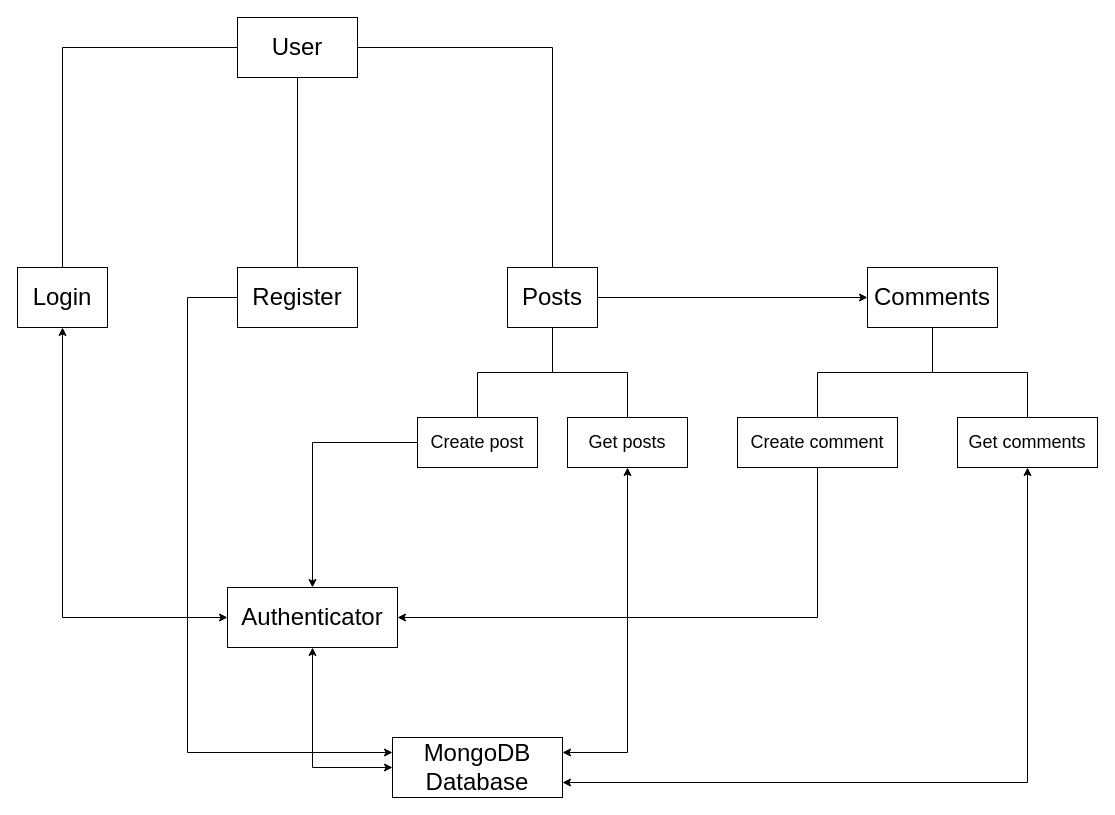
MiroRahkonen/Distributed-systems-project keeps this draw.io diagram as Documentation/Architecture Diagram.drawio. Above is the earlier version. Source tidied: cells renumbered, new cells numbered last; positions are measured from the earlier drawing's top-left corner, leaving out a move shared by most shapes. Both pictures are drawn from the tidied source at 100%, with x=0, y=0 at pixel (17, 17).
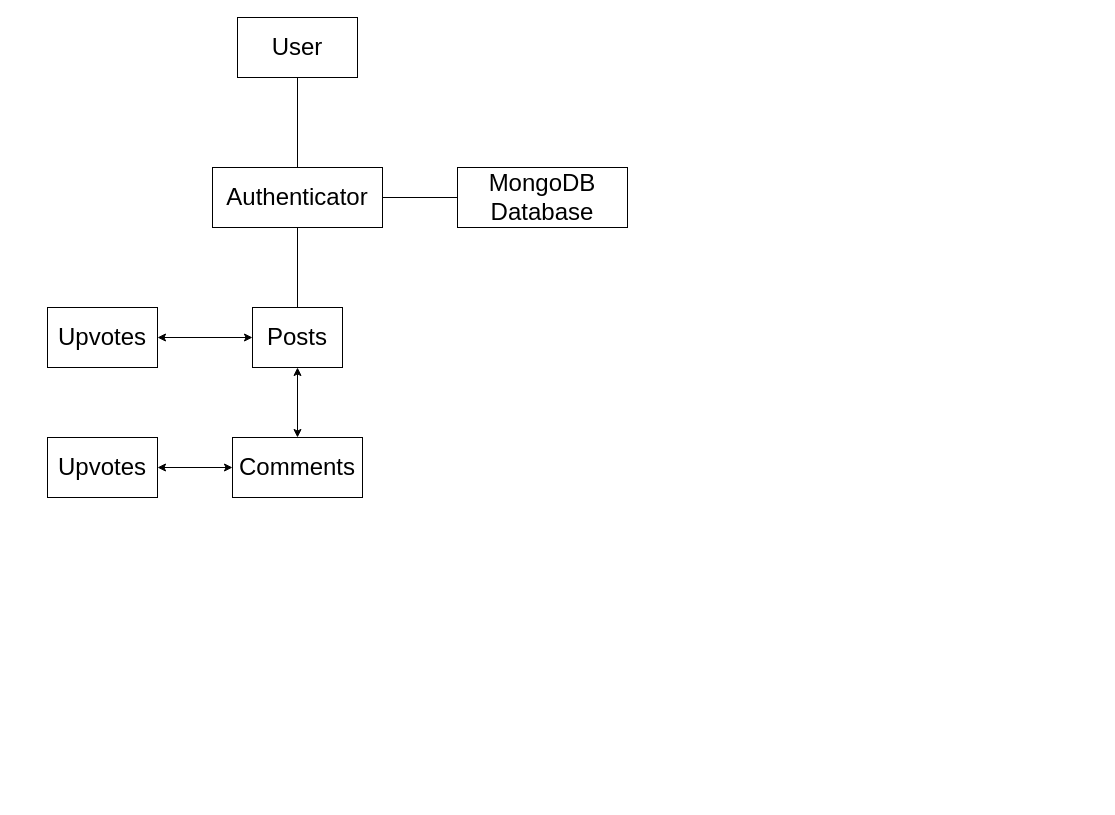
After the change.

Unchanged cells that the change refers to:
```xml
<mxCell id="5" value="&lt;font style=&quot;font-size: 24px;&quot;&gt;User&lt;/font&gt;" style="rounded=0;whiteSpace=wrap;html=1;" parent="1" vertex="1">
  <mxGeometry x="220" width="120" height="60" as="geometry" />
</mxCell>
```

Diff of the diagram source:
```diff
@@
-    <mxCell id="2" style="edgeStyle=orthogonalEdgeStyle;rounded=0;jettySize=auto;html=1;exitX=0.5;exitY=1;exitDx=0;exitDy=0;entryX=0.5;entryY=0;entryDx=0;entryDy=0;endArrow=none;endFill=0;" parent="1" edge="1" source="5" target="15">
-      <mxGeometry relative="1" as="geometry" />
-    </mxCell>
-    <mxCell id="3" style="edgeStyle=orthogonalEdgeStyle;rounded=0;jettySize=auto;html=1;exitX=0;exitY=0.5;exitDx=0;exitDy=0;entryX=0.5;entryY=0;entryDx=0;entryDy=0;endArrow=none;endFill=0;" parent="1" edge="1" source="5" target="13">
-      <mxGeometry relative="1" as="geometry" />
-    </mxCell>
-    <mxCell id="4" style="edgeStyle=orthogonalEdgeStyle;rounded=0;jettySize=auto;html=1;exitX=1;exitY=0.5;exitDx=0;exitDy=0;entryX=0.5;entryY=0;entryDx=0;entryDy=0;endArrow=none;endFill=0;" parent="1" edge="1" source="5" target="10">
-      <mxGeometry relative="1" as="geometry" />
-    </mxCell>
@@
-    <mxCell id="6" style="edgeStyle=orthogonalEdgeStyle;rounded=0;jettySize=auto;html=1;exitX=0;exitY=0.5;exitDx=0;exitDy=0;entryX=0.5;entryY=1;entryDx=0;entryDy=0;endArrow=classic;endFill=1;startArrow=classic;startFill=1;" parent="1" edge="1" source="7" target="13">
-      <mxGeometry relative="1" as="geometry" />
-    </mxCell>
+    <mxCell id="28" style="edgeStyle=orthogonalEdgeStyle;rounded=0;jettySize=auto;html=1;exitX=0.5;exitY=0;exitDx=0;exitDy=0;entryX=0.5;entryY=1;entryDx=0;entryDy=0;endArrow=none;endFill=0;" parent="1" edge="1" source="7" target="5">
+      <mxGeometry relative="1" as="geometry" />
+    </mxCell>
+    <mxCell id="29" style="edgeStyle=orthogonalEdgeStyle;rounded=0;jettySize=auto;html=1;exitX=1;exitY=0.5;exitDx=0;exitDy=0;entryX=0;entryY=0.5;entryDx=0;entryDy=0;endArrow=none;endFill=0;" parent="1" edge="1" source="7" target="27">
+      <mxGeometry relative="1" as="geometry" />
+    </mxCell>
     <mxCell id="7" value="&lt;font style=&quot;font-size: 24px;&quot;&gt;Authenticator&lt;/font&gt;" style="rounded=0;whiteSpace=wrap;html=1;" parent="1" vertex="1">
-      <mxGeometry x="210" y="570" width="170" height="60" as="geometry" />
+      <mxGeometry x="195" y="150" width="170" height="60" as="geometry" />
     </mxCell>
-    <mxCell id="8" style="edgeStyle=orthogonalEdgeStyle;rounded=0;jettySize=auto;html=1;exitX=0.5;exitY=1;exitDx=0;exitDy=0;entryX=0.5;entryY=0;entryDx=0;entryDy=0;endArrow=none;endFill=0;" parent="1" edge="1" source="10" target="12">
-      <mxGeometry relative="1" as="geometry" />
-    </mxCell>
-    <mxCell id="9" style="edgeStyle=orthogonalEdgeStyle;rounded=0;jettySize=auto;html=1;exitX=1;exitY=0.5;exitDx=0;exitDy=0;entryX=0;entryY=0.5;entryDx=0;entryDy=0;" parent="1" edge="1" source="10" target="16">
-      <mxGeometry relative="1" as="geometry" />
-    </mxCell>
+    <mxCell id="30" style="edgeStyle=orthogonalEdgeStyle;rounded=0;jettySize=auto;html=1;exitX=0.5;exitY=0;exitDx=0;exitDy=0;entryX=0.5;entryY=1;entryDx=0;entryDy=0;endArrow=none;endFill=0;" parent="1" edge="1" source="10" target="7">
+      <mxGeometry relative="1" as="geometry" />
+    </mxCell>
     <mxCell id="10" value="&lt;font style=&quot;font-size: 24px;&quot;&gt;Posts&lt;/font&gt;" style="rounded=0;whiteSpace=wrap;html=1;" parent="1" vertex="1">
-      <mxGeometry x="490" y="250" width="90" height="60" as="geometry" />
+      <mxGeometry x="235" y="290" width="90" height="60" as="geometry" />
     </mxCell>
-    <mxCell id="11" style="edgeStyle=orthogonalEdgeStyle;rounded=0;jettySize=auto;html=1;exitX=0;exitY=0.5;exitDx=0;exitDy=0;entryX=0.5;entryY=0;entryDx=0;entryDy=0;endArrow=classic;endFill=1;" parent="1" edge="1" source="12" target="7">
-      <mxGeometry relative="1" as="geometry" />
-    </mxCell>
-    <mxCell id="12" value="&lt;font style=&quot;font-size: 18px;&quot;&gt;Create post&lt;/font&gt;" style="rounded=0;whiteSpace=wrap;html=1;" parent="1" vertex="1">
-      <mxGeometry x="400" y="400" width="120" height="50" as="geometry" />
-    </mxCell>
-    <mxCell id="13" value="&lt;font style=&quot;font-size: 24px;&quot;&gt;Login&lt;/font&gt;" style="rounded=0;whiteSpace=wrap;html=1;" parent="1" vertex="1">
-      <mxGeometry y="250" width="90" height="60" as="geometry" />
-    </mxCell>
-    <mxCell id="14" style="edgeStyle=orthogonalEdgeStyle;rounded=0;jettySize=auto;html=1;exitX=0;exitY=0.5;exitDx=0;exitDy=0;entryX=0;entryY=0.25;entryDx=0;entryDy=0;" parent="1" edge="1" source="15" target="27">
-      <mxGeometry relative="1" as="geometry">
-        <Array as="points">
-          <mxPoint x="170" y="280" />
-          <mxPoint x="170" y="735" />
-        </Array>
-      </mxGeometry>
-    </mxCell>
-    <mxCell id="15" value="&lt;font style=&quot;font-size: 24px;&quot;&gt;Register&lt;/font&gt;" style="rounded=0;whiteSpace=wrap;html=1;" parent="1" vertex="1">
-      <mxGeometry x="220" y="250" width="120" height="60" as="geometry" />
-    </mxCell>
+    <mxCell id="31" style="edgeStyle=orthogonalEdgeStyle;rounded=0;jettySize=auto;html=1;exitX=0.5;exitY=0;exitDx=0;exitDy=0;entryX=0.5;entryY=1;entryDx=0;entryDy=0;startArrow=classic;startFill=1;" parent="1" edge="1" source="16" target="10">
+      <mxGeometry relative="1" as="geometry" />
+    </mxCell>
     <mxCell id="16" value="&lt;font style=&quot;font-size: 24px;&quot;&gt;Comments&lt;/font&gt;" style="rounded=0;whiteSpace=wrap;html=1;" parent="1" vertex="1">
-      <mxGeometry x="850" y="250" width="130" height="60" as="geometry" />
+      <mxGeometry x="215" y="420" width="130" height="60" as="geometry" />
     </mxCell>
-    <mxCell id="17" style="edgeStyle=orthogonalEdgeStyle;rounded=0;jettySize=auto;html=1;exitX=0.5;exitY=0;exitDx=0;exitDy=0;entryX=0.5;entryY=1;entryDx=0;entryDy=0;endArrow=none;endFill=0;" parent="1" edge="1" source="19" target="10">
-      <mxGeometry relative="1" as="geometry" />
-    </mxCell>
-    <mxCell id="18" style="edgeStyle=orthogonalEdgeStyle;rounded=0;jettySize=auto;html=1;exitX=0.5;exitY=1;exitDx=0;exitDy=0;entryX=1;entryY=0.25;entryDx=0;entryDy=0;endArrow=classic;endFill=1;startArrow=classic;startFill=1;" parent="1" edge="1" source="19" target="27">
-      <mxGeometry relative="1" as="geometry" />
-    </mxCell>
-    <mxCell id="19" value="&lt;font style=&quot;font-size: 18px;&quot;&gt;Get posts&lt;/font&gt;" style="rounded=0;whiteSpace=wrap;html=1;" parent="1" vertex="1">
-      <mxGeometry x="550" y="400" width="120" height="50" as="geometry" />
-    </mxCell>
-    <mxCell id="20" style="edgeStyle=orthogonalEdgeStyle;rounded=0;jettySize=auto;html=1;exitX=0.5;exitY=0;exitDx=0;exitDy=0;entryX=0.5;entryY=1;entryDx=0;entryDy=0;endArrow=none;endFill=0;" parent="1" edge="1" source="22" target="16">
-      <mxGeometry relative="1" as="geometry" />
-    </mxCell>
-    <mxCell id="21" style="edgeStyle=orthogonalEdgeStyle;rounded=0;jettySize=auto;html=1;exitX=0.5;exitY=1;exitDx=0;exitDy=0;entryX=1;entryY=0.5;entryDx=0;entryDy=0;endArrow=classic;endFill=1;" parent="1" edge="1" source="22" target="7">
-      <mxGeometry relative="1" as="geometry" />
-    </mxCell>
-    <mxCell id="22" value="&lt;span style=&quot;font-size: 18px;&quot;&gt;Create comment&lt;/span&gt;" style="rounded=0;whiteSpace=wrap;html=1;" parent="1" vertex="1">
-      <mxGeometry x="720" y="400" width="160" height="50" as="geometry" />
-    </mxCell>
-    <mxCell id="23" style="edgeStyle=orthogonalEdgeStyle;rounded=0;jettySize=auto;html=1;exitX=0.5;exitY=0;exitDx=0;exitDy=0;entryX=0.5;entryY=1;entryDx=0;entryDy=0;endArrow=none;endFill=0;" parent="1" edge="1" source="25" target="16">
-      <mxGeometry relative="1" as="geometry" />
-    </mxCell>
-    <mxCell id="24" style="edgeStyle=orthogonalEdgeStyle;rounded=0;jettySize=auto;html=1;exitX=0.5;exitY=1;exitDx=0;exitDy=0;entryX=1;entryY=0.75;entryDx=0;entryDy=0;endArrow=classic;endFill=1;startArrow=classic;startFill=1;" parent="1" edge="1" source="25" target="27">
-      <mxGeometry relative="1" as="geometry" />
-    </mxCell>
-    <mxCell id="25" value="&lt;font style=&quot;font-size: 18px;&quot;&gt;Get comments&lt;/font&gt;" style="rounded=0;whiteSpace=wrap;html=1;" parent="1" vertex="1">
-      <mxGeometry x="940" y="400" width="140" height="50" as="geometry" />
-    </mxCell>
-    <mxCell id="26" style="edgeStyle=orthogonalEdgeStyle;rounded=0;jettySize=auto;html=1;exitX=0;exitY=0.5;exitDx=0;exitDy=0;entryX=0.5;entryY=1;entryDx=0;entryDy=0;endArrow=classic;endFill=1;startArrow=classic;startFill=1;" parent="1" edge="1" source="27" target="7">
-      <mxGeometry relative="1" as="geometry" />
-    </mxCell>
+    <mxCell id="32" style="edgeStyle=orthogonalEdgeStyle;rounded=0;jettySize=auto;html=1;exitX=1;exitY=0.5;exitDx=0;exitDy=0;entryX=0;entryY=0.5;entryDx=0;entryDy=0;startArrow=classic;startFill=1;" parent="1" edge="1" source="33" target="16">
+      <mxGeometry relative="1" as="geometry" />
+    </mxCell>
+    <mxCell id="33" value="&lt;font style=&quot;font-size: 24px;&quot;&gt;Upvotes&lt;/font&gt;" style="rounded=0;whiteSpace=wrap;html=1;" parent="1" vertex="1">
+      <mxGeometry x="30" y="420" width="110" height="60" as="geometry" />
+    </mxCell>
+    <mxCell id="34" style="edgeStyle=orthogonalEdgeStyle;rounded=0;jettySize=auto;html=1;exitX=1;exitY=0.5;exitDx=0;exitDy=0;entryX=0;entryY=0.5;entryDx=0;entryDy=0;startArrow=classic;startFill=1;" parent="1" edge="1" source="35" target="10">
+      <mxGeometry relative="1" as="geometry" />
+    </mxCell>
+    <mxCell id="35" value="&lt;font style=&quot;font-size: 24px;&quot;&gt;Upvotes&lt;/font&gt;" style="rounded=0;whiteSpace=wrap;html=1;" parent="1" vertex="1">
+      <mxGeometry x="30" y="290" width="110" height="60" as="geometry" />
+    </mxCell>
     <mxCell id="27" value="&lt;font style=&quot;font-size: 24px;&quot;&gt;MongoDB&lt;br&gt;Database&lt;br&gt;&lt;/font&gt;" style="rounded=0;whiteSpace=wrap;html=1;" parent="1" vertex="1">
-      <mxGeometry x="375" y="720" width="170" height="60" as="geometry" />
+      <mxGeometry x="440" y="150" width="170" height="60" as="geometry" />
     </mxCell>
```
